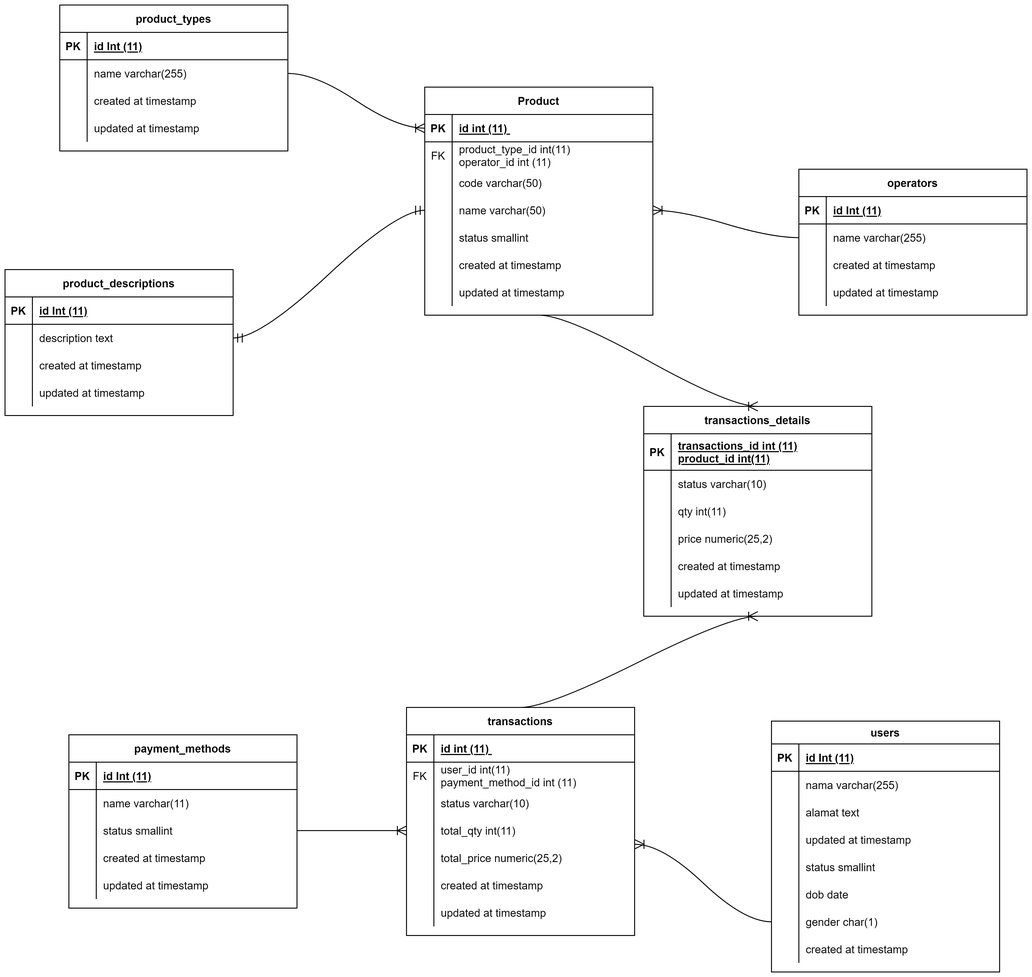
Before: 11_Database-Schema,-DDL,-DML/Screenshots/altera_erd.png, a diagram exported from draw.io (yusufUcps/go_yusuf-fitriyanto). Source tidied: cells renumbered, new cells last; positions are measured from the earlier drawing's top-left corner, leaving out a move shared by most shapes.
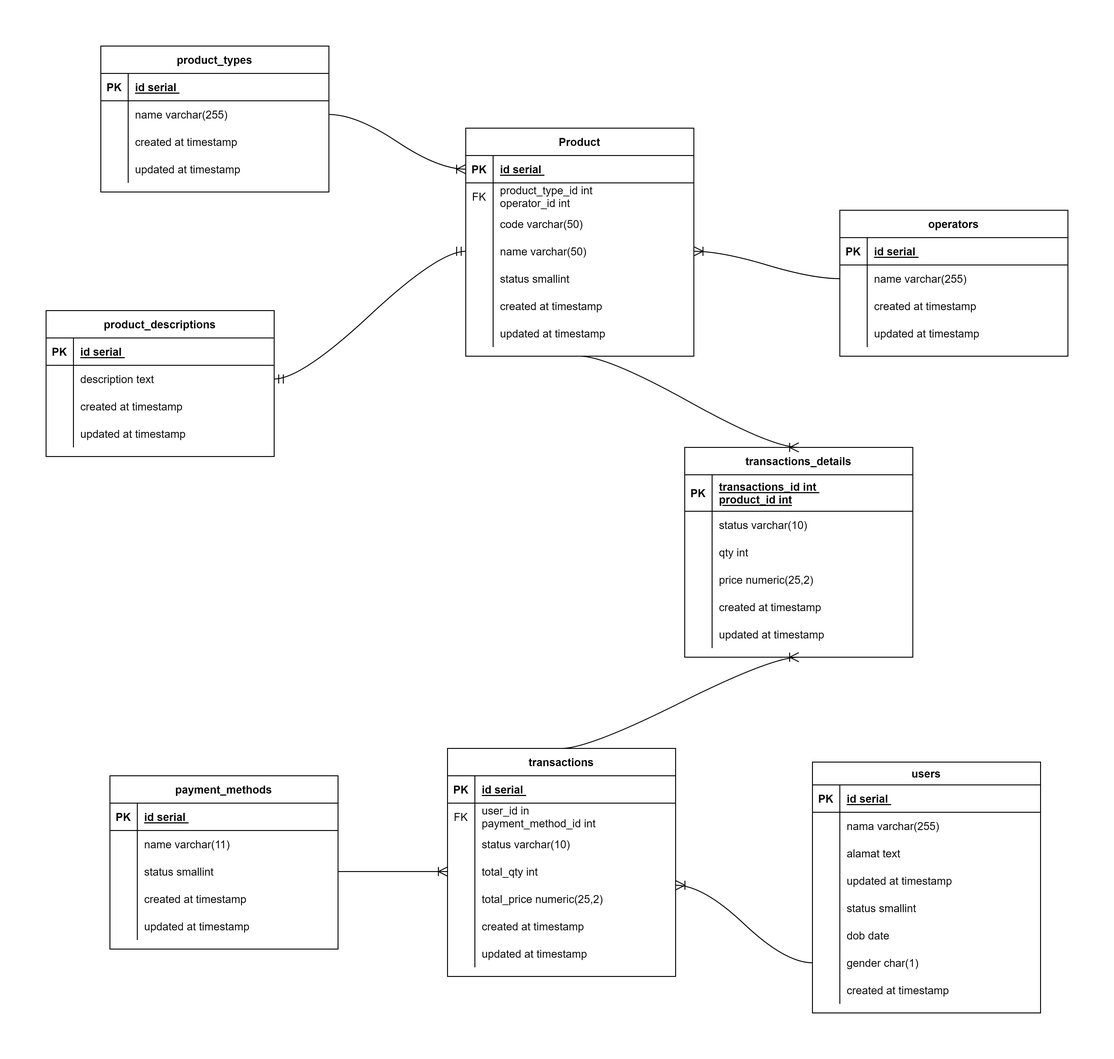
The same file after the commit.

Change to the diagram source:
```diff
@@ -11,7 +11,7 @@
     <mxCell id="4" value="PK" style="shape=partialRectangle;overflow=hidden;fillColor=none;top=0;left=0;bottom=0;right=0;fontStyle=1;" parent="3" vertex="1">
       <mxGeometry width="30" height="30" as="geometry" />
     </mxCell>
-    <mxCell id="5" value="id Int (11)" style="shape=partialRectangle;overflow=hidden;fillColor=none;top=0;left=0;bottom=0;right=0;align=left;spacingLeft=6;fontStyle=5;" parent="3" vertex="1">
+    <mxCell id="5" value="id serial " style="shape=partialRectangle;overflow=hidden;fillColor=none;top=0;left=0;bottom=0;right=0;align=left;spacingLeft=6;fontStyle=5;" parent="3" vertex="1">
       <mxGeometry x="30" width="220" height="30" as="geometry" />
     </mxCell>
     <mxCell id="6" style="shape=partialRectangle;fillColor=none;points=[[0,0.5],[1,0.5]];portConstraint=eastwest;top=0;left=0;right=0;bottom=0;" parent="2" vertex="1">
@@ -50,7 +50,7 @@
     <mxCell id="17" value="PK" style="shape=partialRectangle;overflow=hidden;fillColor=none;top=0;left=0;bottom=0;right=0;fontStyle=1;" parent="16" vertex="1">
       <mxGeometry width="30" height="30" as="geometry" />
     </mxCell>
-    <mxCell id="18" value="id int (11) " style="shape=partialRectangle;overflow=hidden;fillColor=none;top=0;left=0;bottom=0;right=0;align=left;spacingLeft=6;fontStyle=5;" parent="16" vertex="1">
+    <mxCell id="18" value="id serial " style="shape=partialRectangle;overflow=hidden;fillColor=none;top=0;left=0;bottom=0;right=0;align=left;spacingLeft=6;fontStyle=5;" parent="16" vertex="1">
       <mxGeometry x="30" width="220" height="30" as="geometry" />
     </mxCell>
     <mxCell id="19" style="shape=partialRectangle;fillColor=none;top=0;left=0;right=0;bottom=0;" parent="15" vertex="1">
@@ -59,7 +59,7 @@
     <mxCell id="20" value="FK" style="shape=partialRectangle;overflow=hidden;fillColor=none;top=0;left=0;bottom=0;right=0;" parent="19" vertex="1">
       <mxGeometry width="30" height="30" as="geometry" />
     </mxCell>
-    <mxCell id="21" value="product_type_id int(11)&#10;operator_id int (11)&#10;" style="shape=partialRectangle;overflow=hidden;fillColor=none;top=0;left=0;bottom=0;right=0;align=left;spacingLeft=6;" parent="19" vertex="1">
+    <mxCell id="21" value="product_type_id int&#10;operator_id int &#10;" style="shape=partialRectangle;overflow=hidden;fillColor=none;top=0;left=0;bottom=0;right=0;align=left;spacingLeft=6;" parent="19" vertex="1">
       <mxGeometry x="30" width="220" height="30" as="geometry" />
     </mxCell>
     <mxCell id="22" style="shape=partialRectangle;fillColor=none;top=0;left=0;right=0;bottom=0;" parent="15" vertex="1">
@@ -116,7 +116,7 @@
     <mxCell id="39" value="PK" style="shape=partialRectangle;overflow=hidden;fillColor=none;top=0;left=0;bottom=0;right=0;fontStyle=1;" parent="38" vertex="1">
       <mxGeometry width="30" height="30" as="geometry" />
     </mxCell>
-    <mxCell id="40" value="id Int (11)" style="shape=partialRectangle;overflow=hidden;fillColor=none;top=0;left=0;bottom=0;right=0;align=left;spacingLeft=6;fontStyle=5;" parent="38" vertex="1">
+    <mxCell id="40" value="id serial " style="shape=partialRectangle;overflow=hidden;fillColor=none;top=0;left=0;bottom=0;right=0;align=left;spacingLeft=6;fontStyle=5;" parent="38" vertex="1">
       <mxGeometry x="30" width="220" height="30" as="geometry" />
     </mxCell>
     <mxCell id="41" style="shape=partialRectangle;fillColor=none;points=[[0,0.5],[1,0.5]];portConstraint=eastwest;top=0;left=0;right=0;bottom=0;" parent="37" vertex="1">
@@ -155,7 +155,7 @@
     <mxCell id="52" value="PK" style="shape=partialRectangle;overflow=hidden;fillColor=none;top=0;left=0;bottom=0;right=0;fontStyle=1;" parent="51" vertex="1">
       <mxGeometry width="30" height="30" as="geometry" />
     </mxCell>
-    <mxCell id="53" value="id Int (11)" style="shape=partialRectangle;overflow=hidden;fillColor=none;top=0;left=0;bottom=0;right=0;align=left;spacingLeft=6;fontStyle=5;" parent="51" vertex="1">
+    <mxCell id="53" value="id serial " style="shape=partialRectangle;overflow=hidden;fillColor=none;top=0;left=0;bottom=0;right=0;align=left;spacingLeft=6;fontStyle=5;" parent="51" vertex="1">
       <mxGeometry x="30" width="220" height="30" as="geometry" />
     </mxCell>
     <mxCell id="54" style="shape=partialRectangle;fillColor=none;points=[[0,0.5],[1,0.5]];portConstraint=eastwest;top=0;left=0;right=0;bottom=0;" parent="50" vertex="1">
@@ -194,7 +194,7 @@
     <mxCell id="65" value="PK" style="shape=partialRectangle;overflow=hidden;fillColor=none;top=0;left=0;bottom=0;right=0;fontStyle=1;" parent="64" vertex="1">
       <mxGeometry width="30" height="30" as="geometry" />
     </mxCell>
-    <mxCell id="66" value="id Int (11)" style="shape=partialRectangle;overflow=hidden;fillColor=none;top=0;left=0;bottom=0;right=0;align=left;spacingLeft=6;fontStyle=5;" parent="64" vertex="1">
+    <mxCell id="66" value="id serial " style="shape=partialRectangle;overflow=hidden;fillColor=none;top=0;left=0;bottom=0;right=0;align=left;spacingLeft=6;fontStyle=5;" parent="64" vertex="1">
       <mxGeometry x="30" width="220" height="30" as="geometry" />
     </mxCell>
     <mxCell id="67" style="shape=partialRectangle;fillColor=none;top=0;left=0;right=0;bottom=0;" parent="63" vertex="1">
@@ -269,7 +269,7 @@
     <mxCell id="90" value="PK" style="shape=partialRectangle;overflow=hidden;fillColor=none;top=0;left=0;bottom=0;right=0;fontStyle=1;" parent="89" vertex="1">
       <mxGeometry width="30" height="30" as="geometry" />
     </mxCell>
-    <mxCell id="91" value="id Int (11)" style="shape=partialRectangle;overflow=hidden;fillColor=none;top=0;left=0;bottom=0;right=0;align=left;spacingLeft=6;fontStyle=5;" parent="89" vertex="1">
+    <mxCell id="91" value="id serial " style="shape=partialRectangle;overflow=hidden;fillColor=none;top=0;left=0;bottom=0;right=0;align=left;spacingLeft=6;fontStyle=5;" parent="89" vertex="1">
       <mxGeometry x="30" width="220" height="30" as="geometry" />
     </mxCell>
     <mxCell id="92" style="shape=partialRectangle;fillColor=none;top=0;left=0;right=0;bottom=0;" parent="88" vertex="1">
@@ -317,7 +317,7 @@
     <mxCell id="106" value="PK" style="shape=partialRectangle;overflow=hidden;fillColor=none;top=0;left=0;bottom=0;right=0;fontStyle=1;" parent="105" vertex="1">
       <mxGeometry width="30" height="30" as="geometry" />
     </mxCell>
-    <mxCell id="107" value="id int (11) " style="shape=partialRectangle;overflow=hidden;fillColor=none;top=0;left=0;bottom=0;right=0;align=left;spacingLeft=6;fontStyle=5;" parent="105" vertex="1">
+    <mxCell id="107" value="id serial " style="shape=partialRectangle;overflow=hidden;fillColor=none;top=0;left=0;bottom=0;right=0;align=left;spacingLeft=6;fontStyle=5;" parent="105" vertex="1">
       <mxGeometry x="30" width="220" height="30" as="geometry" />
     </mxCell>
     <mxCell id="108" style="shape=partialRectangle;fillColor=none;top=0;left=0;right=0;bottom=0;" parent="104" vertex="1">
@@ -326,7 +326,7 @@
     <mxCell id="109" value="FK" style="shape=partialRectangle;overflow=hidden;fillColor=none;top=0;left=0;bottom=0;right=0;" parent="108" vertex="1">
       <mxGeometry width="30" height="30" as="geometry" />
     </mxCell>
-    <mxCell id="110" value="user_id int(11)&#10;payment_method_id int (11)&#10;" style="shape=partialRectangle;overflow=hidden;fillColor=none;top=0;left=0;bottom=0;right=0;align=left;spacingLeft=6;" parent="108" vertex="1">
+    <mxCell id="110" value="user_id in&#10;payment_method_id int&#10;" style="shape=partialRectangle;overflow=hidden;fillColor=none;top=0;left=0;bottom=0;right=0;align=left;spacingLeft=6;" parent="108" vertex="1">
       <mxGeometry x="30" width="220" height="30" as="geometry" />
     </mxCell>
     <mxCell id="111" style="shape=partialRectangle;fillColor=none;top=0;left=0;right=0;bottom=0;" parent="104" vertex="1">
@@ -344,7 +344,7 @@
     <mxCell id="115" style="shape=partialRectangle;overflow=hidden;fillColor=none;top=0;left=0;bottom=0;right=0;" parent="114" vertex="1">
       <mxGeometry width="30" height="30" as="geometry" />
     </mxCell>
-    <mxCell id="116" value="total_qty int(11)" style="shape=partialRectangle;overflow=hidden;fillColor=none;top=0;left=0;bottom=0;right=0;align=left;spacingLeft=6;" parent="114" vertex="1">
+    <mxCell id="116" value="total_qty int" style="shape=partialRectangle;overflow=hidden;fillColor=none;top=0;left=0;bottom=0;right=0;align=left;spacingLeft=6;" parent="114" vertex="1">
       <mxGeometry x="30" width="220" height="30" as="geometry" />
     </mxCell>
     <mxCell id="117" style="shape=partialRectangle;fillColor=none;points=[[0,0.5],[1,0.5]];portConstraint=eastwest;top=0;left=0;right=0;bottom=0;" parent="104" vertex="1">
@@ -383,7 +383,7 @@
     <mxCell id="128" value="PK" style="shape=partialRectangle;overflow=hidden;fillColor=none;top=0;left=0;bottom=0;right=0;fontStyle=1;" parent="127" vertex="1">
       <mxGeometry width="30" height="40" as="geometry" />
     </mxCell>
-    <mxCell id="129" value="transactions_id int (11)&#10;product_id int(11)" style="shape=partialRectangle;overflow=hidden;fillColor=none;top=0;left=0;bottom=0;right=0;align=left;spacingLeft=6;fontStyle=5;" parent="127" vertex="1">
+    <mxCell id="129" value="transactions_id int &#10;product_id int" style="shape=partialRectangle;overflow=hidden;fillColor=none;top=0;left=0;bottom=0;right=0;align=left;spacingLeft=6;fontStyle=5;" parent="127" vertex="1">
       <mxGeometry x="30" width="220" height="40" as="geometry" />
     </mxCell>
     <mxCell id="130" style="shape=partialRectangle;fillColor=none;top=0;left=0;right=0;bottom=0;" parent="126" vertex="1">
@@ -401,7 +401,7 @@
     <mxCell id="134" style="shape=partialRectangle;overflow=hidden;fillColor=none;top=0;left=0;bottom=0;right=0;" parent="133" vertex="1">
       <mxGeometry width="30" height="30" as="geometry" />
     </mxCell>
-    <mxCell id="135" value="qty int(11)" style="shape=partialRectangle;overflow=hidden;fillColor=none;top=0;left=0;bottom=0;right=0;align=left;spacingLeft=6;" parent="133" vertex="1">
+    <mxCell id="135" value="qty int" style="shape=partialRectangle;overflow=hidden;fillColor=none;top=0;left=0;bottom=0;right=0;align=left;spacingLeft=6;" parent="133" vertex="1">
       <mxGeometry x="30" width="220" height="30" as="geometry" />
     </mxCell>
     <mxCell id="136" style="shape=partialRectangle;fillColor=none;top=0;left=0;right=0;bottom=0;" parent="126" vertex="1">
```
